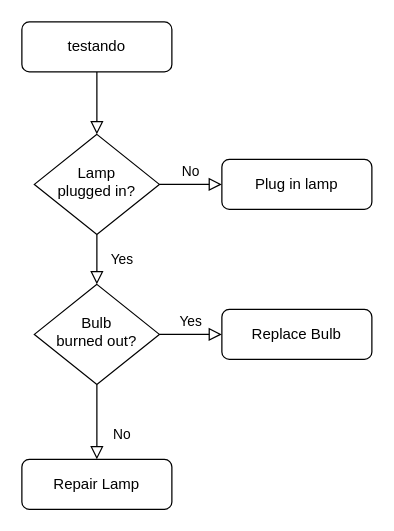
franciscomateusrodriguescastro/MultiplataformaEtapa1 keeps this draw.io diagram as Diagrama sem nome.drawio. Above is the earlier version. Source tidied: cells renumbered, new cells numbered last; positions are measured from the earlier drawing's top-left corner, leaving out a move shared by most shapes. Both pictures are drawn from the tidied source at 125%, with x=0, y=0 at pixel (21, 21).
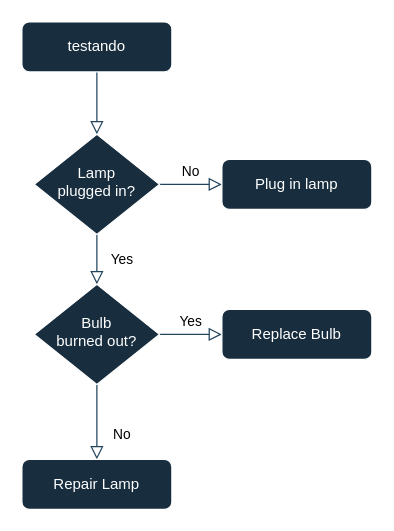
The same diagram, later.

The edit, as a diff of the source:
```diff
@@
 <mxGraphModel>
   <root>
     <mxCell id="0" />
     <mxCell id="1" parent="0" />
-    <mxCell id="2" style="rounded=0;html=1;jettySize=auto;fontSize=11;endArrow=block;endFill=0;endSize=8;strokeWidth=1;shadow=0;labelBackgroundColor=none;edgeStyle=orthogonalEdgeStyle;" parent="1" edge="1" source="3" target="6">
+    <mxCell id="2" style="rounded=0;html=1;jettySize=auto;fontSize=11;endArrow=block;endFill=0;endSize=8;strokeWidth=1;shadow=0;labelBackgroundColor=none;edgeStyle=orthogonalEdgeStyle;strokeColor=#23445D;fontColor=default;" parent="1" edge="1" source="3" target="6">
       <mxGeometry relative="1" as="geometry" />
     </mxCell>
-    <mxCell id="3" value="testando" style="rounded=1;whiteSpace=wrap;html=1;fontSize=12;glass=0;strokeWidth=1;shadow=0;" parent="1" vertex="1">
+    <mxCell id="3" value="testando" style="rounded=1;whiteSpace=wrap;html=1;fontSize=12;glass=0;strokeWidth=1;shadow=0;labelBackgroundColor=none;fillColor=#182E3E;strokeColor=#FFFFFF;fontColor=#FFFFFF;" parent="1" vertex="1">
       <mxGeometry width="120" height="40" as="geometry" />
     </mxCell>
-    <mxCell id="4" value="Yes" style="rounded=0;html=1;jettySize=auto;fontSize=11;endArrow=block;endFill=0;endSize=8;strokeWidth=1;shadow=0;labelBackgroundColor=none;edgeStyle=orthogonalEdgeStyle;" parent="1" edge="1" source="6" target="10">
+    <mxCell id="4" value="Yes" style="rounded=0;html=1;jettySize=auto;fontSize=11;endArrow=block;endFill=0;endSize=8;strokeWidth=1;shadow=0;labelBackgroundColor=none;edgeStyle=orthogonalEdgeStyle;strokeColor=#23445D;fontColor=default;" parent="1" edge="1" source="6" target="10">
       <mxGeometry y="20" relative="1" as="geometry" />
     </mxCell>
-    <mxCell id="5" value="No" style="edgeStyle=orthogonalEdgeStyle;rounded=0;html=1;jettySize=auto;fontSize=11;endArrow=block;endFill=0;endSize=8;strokeWidth=1;shadow=0;labelBackgroundColor=none;" parent="1" edge="1" source="6" target="7">
+    <mxCell id="5" value="No" style="edgeStyle=orthogonalEdgeStyle;rounded=0;html=1;jettySize=auto;fontSize=11;endArrow=block;endFill=0;endSize=8;strokeWidth=1;shadow=0;labelBackgroundColor=none;strokeColor=#23445D;fontColor=default;" parent="1" edge="1" source="6" target="7">
       <mxGeometry y="10" relative="1" as="geometry" />
     </mxCell>
-    <mxCell id="6" value="Lamp&lt;br&gt;plugged in?" style="rhombus;whiteSpace=wrap;html=1;shadow=0;fontFamily=Helvetica;fontSize=12;align=center;strokeWidth=1;spacing=6;spacingTop=-4;" parent="1" vertex="1">
+    <mxCell id="6" value="Lamp&lt;br&gt;plugged in?" style="rhombus;whiteSpace=wrap;html=1;shadow=0;fontFamily=Helvetica;fontSize=12;align=center;strokeWidth=1;spacing=6;spacingTop=-4;labelBackgroundColor=none;fillColor=#182E3E;strokeColor=#FFFFFF;fontColor=#FFFFFF;" parent="1" vertex="1">
       <mxGeometry x="10" y="90" width="100" height="80" as="geometry" />
     </mxCell>
-    <mxCell id="7" value="Plug in lamp" style="rounded=1;whiteSpace=wrap;html=1;fontSize=12;glass=0;strokeWidth=1;shadow=0;" parent="1" vertex="1">
+    <mxCell id="7" value="Plug in lamp" style="rounded=1;whiteSpace=wrap;html=1;fontSize=12;glass=0;strokeWidth=1;shadow=0;labelBackgroundColor=none;fillColor=#182E3E;strokeColor=#FFFFFF;fontColor=#FFFFFF;" parent="1" vertex="1">
       <mxGeometry x="160" y="110" width="120" height="40" as="geometry" />
     </mxCell>
-    <mxCell id="8" value="No" style="rounded=0;html=1;jettySize=auto;fontSize=11;endArrow=block;endFill=0;endSize=8;strokeWidth=1;shadow=0;labelBackgroundColor=none;edgeStyle=orthogonalEdgeStyle;" parent="1" edge="1" source="10" target="11">
+    <mxCell id="8" value="No" style="rounded=0;html=1;jettySize=auto;fontSize=11;endArrow=block;endFill=0;endSize=8;strokeWidth=1;shadow=0;labelBackgroundColor=none;edgeStyle=orthogonalEdgeStyle;strokeColor=#23445D;fontColor=default;" parent="1" edge="1" source="10" target="11">
       <mxGeometry x="0.33" y="20" relative="1" as="geometry" />
     </mxCell>
-    <mxCell id="9" value="Yes" style="edgeStyle=orthogonalEdgeStyle;rounded=0;html=1;jettySize=auto;fontSize=11;endArrow=block;endFill=0;endSize=8;strokeWidth=1;shadow=0;labelBackgroundColor=none;" parent="1" edge="1" source="10" target="12">
+    <mxCell id="9" value="Yes" style="edgeStyle=orthogonalEdgeStyle;rounded=0;html=1;jettySize=auto;fontSize=11;endArrow=block;endFill=0;endSize=8;strokeWidth=1;shadow=0;labelBackgroundColor=none;strokeColor=#23445D;fontColor=default;" parent="1" edge="1" source="10" target="12">
       <mxGeometry y="10" relative="1" as="geometry" />
     </mxCell>
-    <mxCell id="10" value="Bulb&lt;br&gt;burned out?" style="rhombus;whiteSpace=wrap;html=1;shadow=0;fontFamily=Helvetica;fontSize=12;align=center;strokeWidth=1;spacing=6;spacingTop=-4;" parent="1" vertex="1">
+    <mxCell id="10" value="Bulb&lt;br&gt;burned out?" style="rhombus;whiteSpace=wrap;html=1;shadow=0;fontFamily=Helvetica;fontSize=12;align=center;strokeWidth=1;spacing=6;spacingTop=-4;labelBackgroundColor=none;fillColor=#182E3E;strokeColor=#FFFFFF;fontColor=#FFFFFF;" parent="1" vertex="1">
       <mxGeometry x="10" y="210" width="100" height="80" as="geometry" />
     </mxCell>
-    <mxCell id="11" value="Repair Lamp" style="rounded=1;whiteSpace=wrap;html=1;fontSize=12;glass=0;strokeWidth=1;shadow=0;" parent="1" vertex="1">
+    <mxCell id="11" value="Repair Lamp" style="rounded=1;whiteSpace=wrap;html=1;fontSize=12;glass=0;strokeWidth=1;shadow=0;labelBackgroundColor=none;fillColor=#182E3E;strokeColor=#FFFFFF;fontColor=#FFFFFF;" parent="1" vertex="1">
       <mxGeometry y="350" width="120" height="40" as="geometry" />
     </mxCell>
-    <mxCell id="12" value="Replace Bulb" style="rounded=1;whiteSpace=wrap;html=1;fontSize=12;glass=0;strokeWidth=1;shadow=0;" parent="1" vertex="1">
+    <mxCell id="12" value="Replace Bulb" style="rounded=1;whiteSpace=wrap;html=1;fontSize=12;glass=0;strokeWidth=1;shadow=0;labelBackgroundColor=none;fillColor=#182E3E;strokeColor=#FFFFFF;fontColor=#FFFFFF;" parent="1" vertex="1">
       <mxGeometry x="160" y="230" width="120" height="40" as="geometry" />
     </mxCell>
   </root>
 </mxGraphModel>
```
